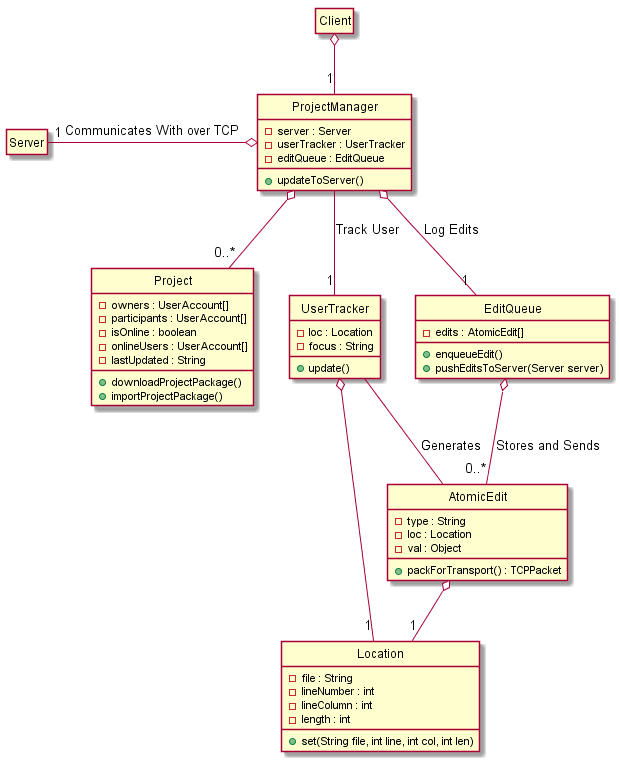
Before: hw3/Client/client_project.png, a diagram exported from PlantUML (voxelv/sQuire_kw).
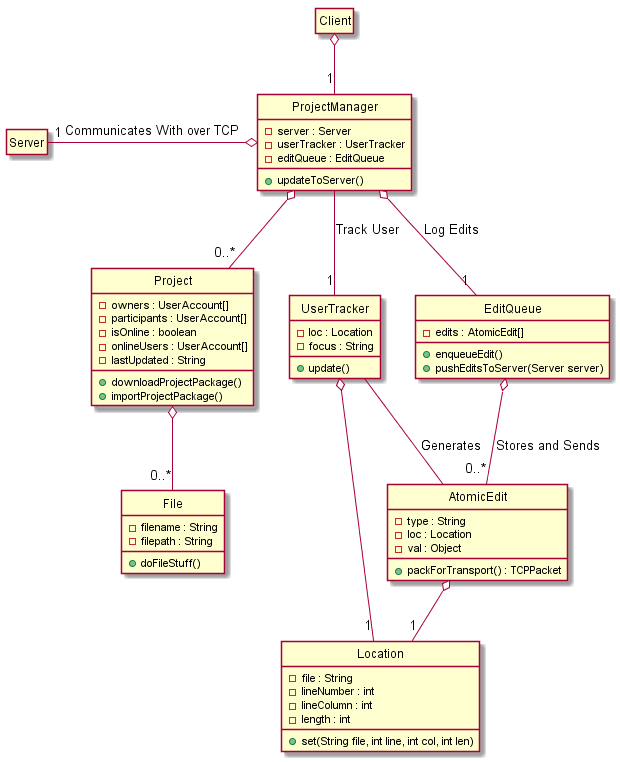
Above is the later version.

Commit message:
added file class to projectmanager

Diff of the diagram source:
```diff
@@ -21,6 +21,13 @@
     -lastUpdated : String
     +downloadProjectPackage()
     +importProjectPackage()
+}
+
+class "File" as file {
+    -filename : String
+    -filepath : String
+    -
+    +doFileStuff()
 }
 
 class "UserTracker" as projmgr_utrack {
@@ -58,6 +65,8 @@
 sq_projmgr o-- "1" projmgr_editq : Log Edits
 sq_projmgr o-- "0..*" proj
 
+proj o-- "0..*" file
+
 projmgr_editq o-- "0..*" editq_atomedit : Stores and Sends
 
 projmgr_utrack o-- "1" loc
```
